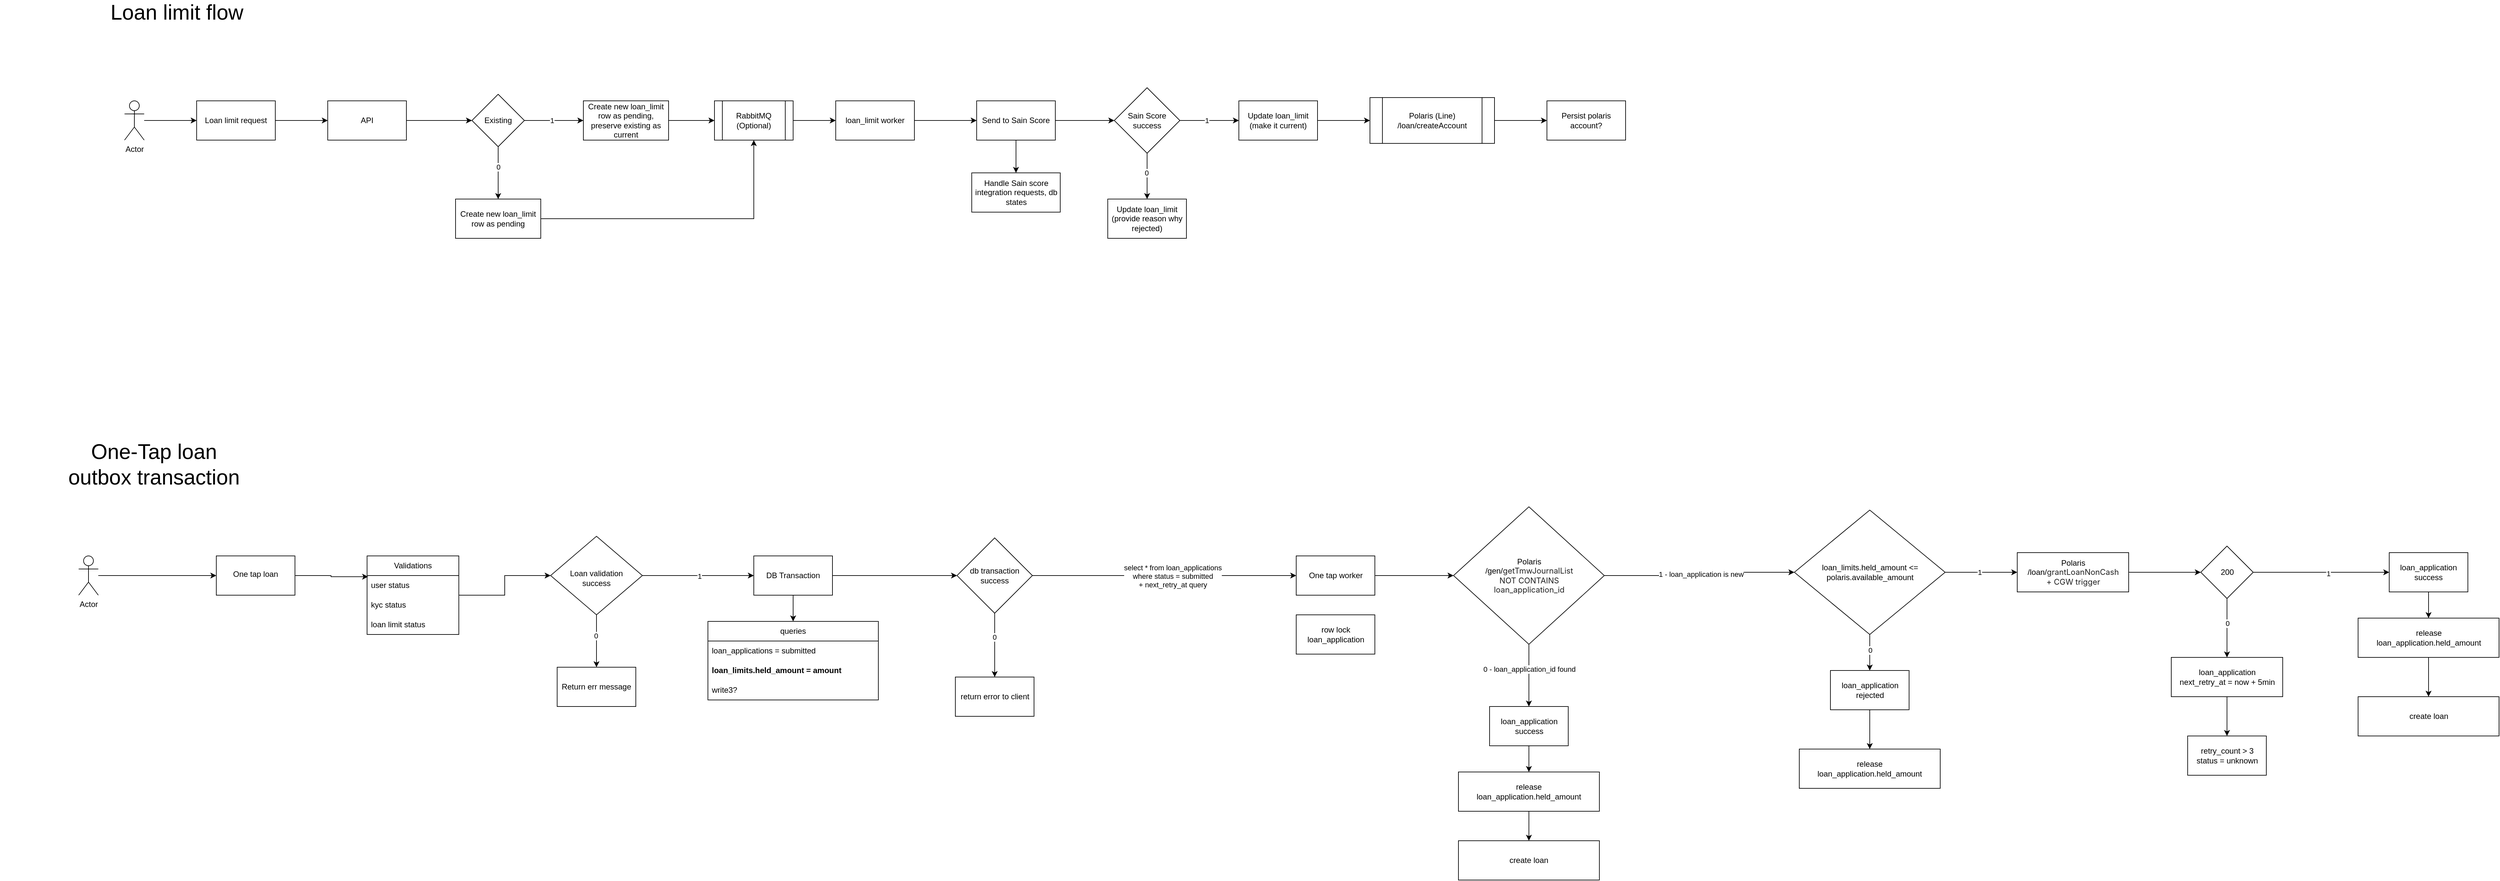
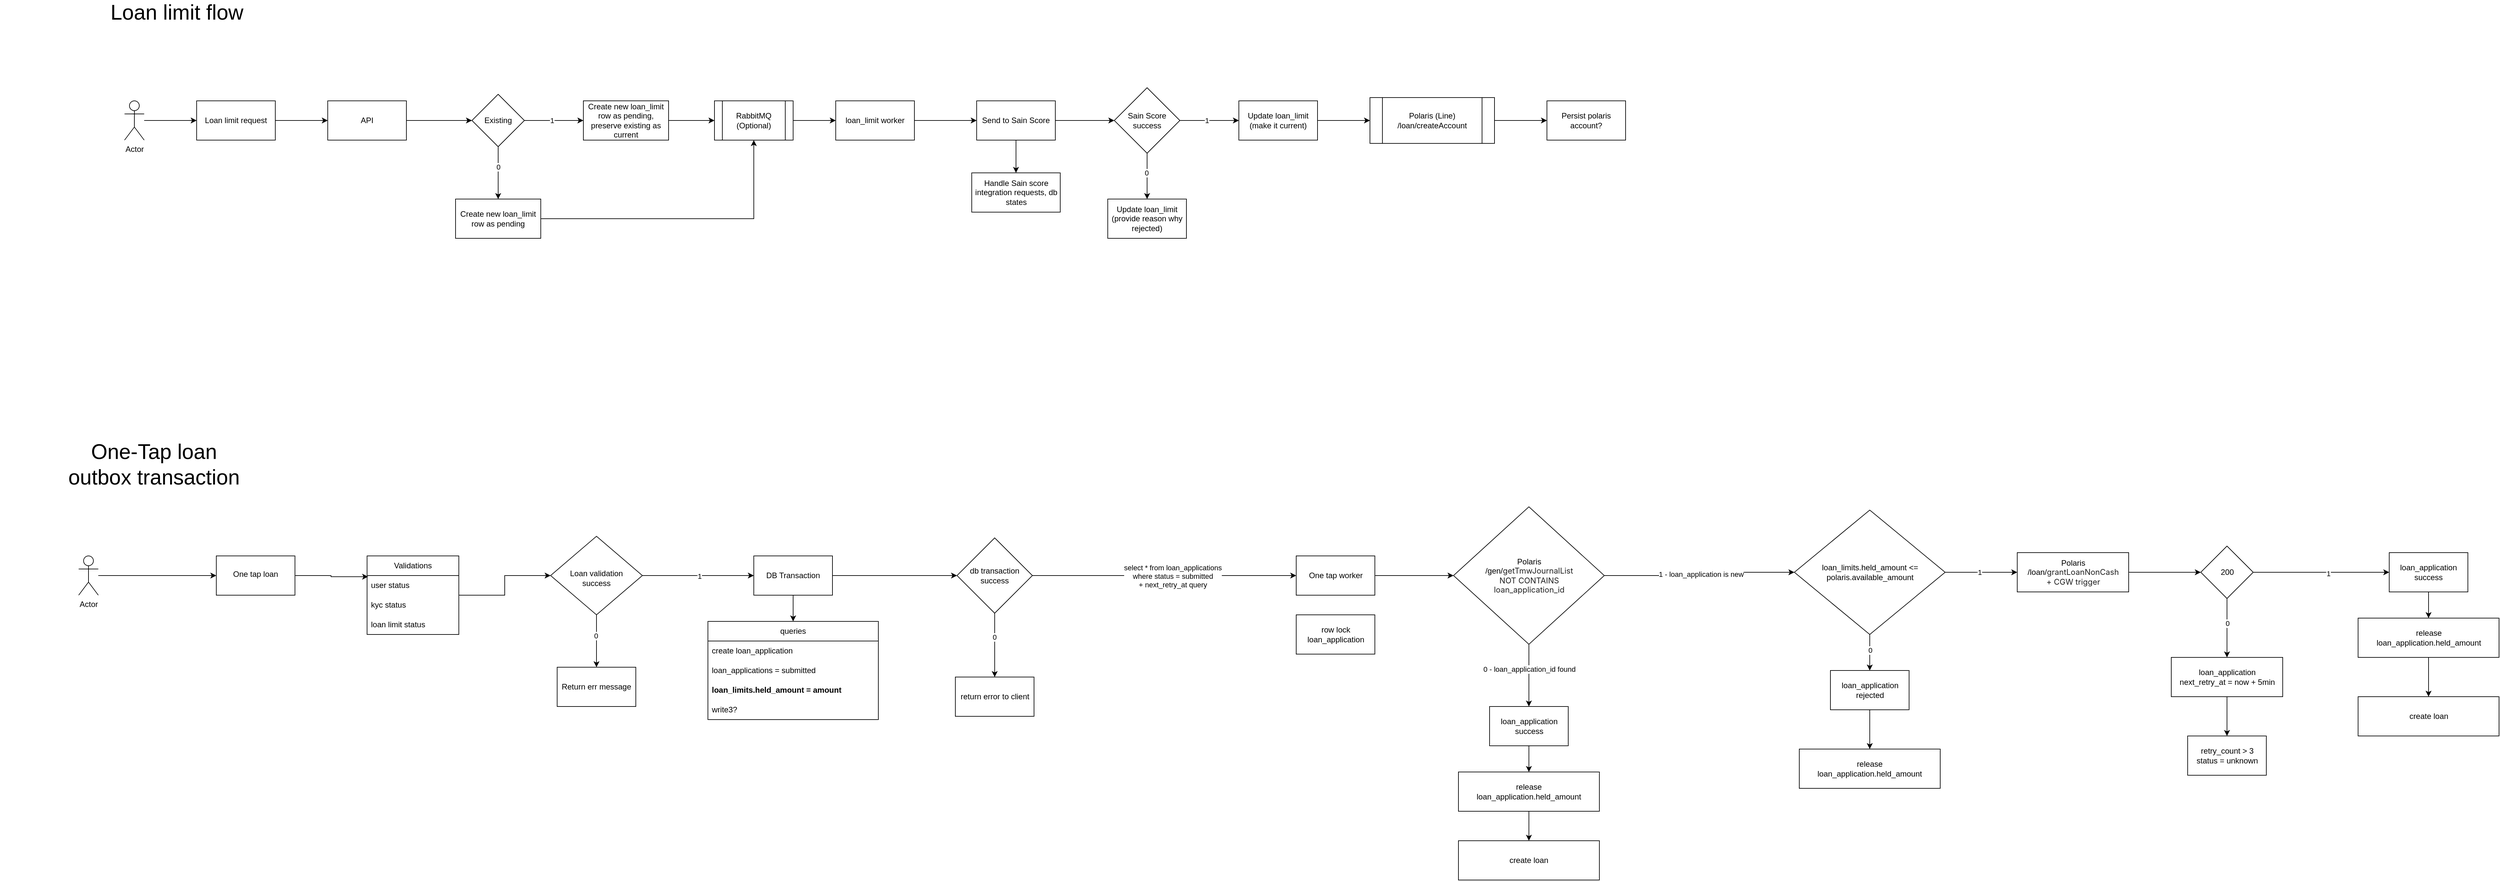
<mxfile host="app.diagrams.net">
  <diagram name="Page-1" id="VCBSuIh8bz7kurrQ0Zaz">
    <mxGraphModel dx="2338" dy="870" grid="1" gridSize="10" guides="1" tooltips="1" connect="1" arrows="1" fold="1" page="1" pageScale="1" pageWidth="850" pageHeight="1100" math="0" shadow="0">
      <root>
        <mxCell id="0" />
        <mxCell id="1" parent="0" />
        <mxCell id="KqixbsF9o6dLofBvsG9t-5" edge="1" parent="1" source="KqixbsF9o6dLofBvsG9t-1" style="edgeStyle=orthogonalEdgeStyle;rounded=0;orthogonalLoop=1;jettySize=auto;html=1;" target="KqixbsF9o6dLofBvsG9t-4" value="">
          <mxGeometry relative="1" as="geometry" />
        </mxCell>
        <mxCell id="KqixbsF9o6dLofBvsG9t-1" parent="1" style="rounded=0;whiteSpace=wrap;html=1;" value="Loan limit request" vertex="1">
          <mxGeometry height="60" width="120" x="150" y="210" as="geometry" />
        </mxCell>
        <mxCell id="KqixbsF9o6dLofBvsG9t-3" edge="1" parent="1" source="KqixbsF9o6dLofBvsG9t-2" style="edgeStyle=orthogonalEdgeStyle;rounded=0;orthogonalLoop=1;jettySize=auto;html=1;" target="KqixbsF9o6dLofBvsG9t-1" value="">
          <mxGeometry relative="1" as="geometry" />
        </mxCell>
        <mxCell id="KqixbsF9o6dLofBvsG9t-2" parent="1" style="shape=umlActor;verticalLabelPosition=bottom;verticalAlign=top;html=1;outlineConnect=0;" value="Actor" vertex="1">
          <mxGeometry height="60" width="30" x="40" y="210" as="geometry" />
        </mxCell>
        <mxCell id="KqixbsF9o6dLofBvsG9t-9" edge="1" parent="1" source="KqixbsF9o6dLofBvsG9t-4" style="edgeStyle=orthogonalEdgeStyle;rounded=0;orthogonalLoop=1;jettySize=auto;html=1;" target="KqixbsF9o6dLofBvsG9t-8" value="">
          <mxGeometry relative="1" as="geometry" />
        </mxCell>
        <mxCell id="KqixbsF9o6dLofBvsG9t-4" parent="1" style="rounded=0;whiteSpace=wrap;html=1;" value="API" vertex="1">
          <mxGeometry height="60" width="120" x="350" y="210" as="geometry" />
        </mxCell>
        <mxCell id="KqixbsF9o6dLofBvsG9t-11" edge="1" parent="1" source="KqixbsF9o6dLofBvsG9t-8" style="edgeStyle=orthogonalEdgeStyle;rounded=0;orthogonalLoop=1;jettySize=auto;html=1;" target="KqixbsF9o6dLofBvsG9t-10" value="">
          <mxGeometry relative="1" as="geometry" />
        </mxCell>
        <mxCell id="KqixbsF9o6dLofBvsG9t-12" connectable="0" parent="KqixbsF9o6dLofBvsG9t-11" style="edgeLabel;html=1;align=center;verticalAlign=middle;resizable=0;points=[];" value="1" vertex="1">
          <mxGeometry relative="1" x="-0.079" as="geometry">
            <mxPoint as="offset" />
          </mxGeometry>
        </mxCell>
        <mxCell id="KqixbsF9o6dLofBvsG9t-14" edge="1" parent="1" source="KqixbsF9o6dLofBvsG9t-8" style="edgeStyle=orthogonalEdgeStyle;rounded=0;orthogonalLoop=1;jettySize=auto;html=1;" target="KqixbsF9o6dLofBvsG9t-13" value="">
          <mxGeometry relative="1" as="geometry" />
        </mxCell>
        <mxCell id="KqixbsF9o6dLofBvsG9t-15" connectable="0" parent="KqixbsF9o6dLofBvsG9t-14" style="edgeLabel;html=1;align=center;verticalAlign=middle;resizable=0;points=[];" value="0" vertex="1">
          <mxGeometry relative="1" x="-0.2407" as="geometry">
            <mxPoint as="offset" />
          </mxGeometry>
        </mxCell>
        <mxCell id="KqixbsF9o6dLofBvsG9t-8" parent="1" style="rhombus;whiteSpace=wrap;html=1;rounded=0;" value="Existing" vertex="1">
          <mxGeometry height="80" width="80" x="570" y="200" as="geometry" />
        </mxCell>
        <mxCell id="KqixbsF9o6dLofBvsG9t-23" edge="1" parent="1" source="KqixbsF9o6dLofBvsG9t-10" style="edgeStyle=orthogonalEdgeStyle;rounded=0;orthogonalLoop=1;jettySize=auto;html=1;" target="KqixbsF9o6dLofBvsG9t-22" value="">
          <mxGeometry relative="1" as="geometry" />
        </mxCell>
        <mxCell id="KqixbsF9o6dLofBvsG9t-10" parent="1" style="whiteSpace=wrap;html=1;rounded=0;" value="Create new loan_limit row as pending, preserve existing as current" vertex="1">
          <mxGeometry height="60" width="130" x="740" y="210" as="geometry" />
        </mxCell>
        <mxCell id="KqixbsF9o6dLofBvsG9t-26" edge="1" parent="1" source="KqixbsF9o6dLofBvsG9t-13" style="edgeStyle=orthogonalEdgeStyle;rounded=0;orthogonalLoop=1;jettySize=auto;html=1;entryX=0.5;entryY=1;entryDx=0;entryDy=0;" target="KqixbsF9o6dLofBvsG9t-22">
          <mxGeometry relative="1" as="geometry" />
        </mxCell>
        <mxCell id="KqixbsF9o6dLofBvsG9t-13" parent="1" style="whiteSpace=wrap;html=1;rounded=0;" value="Create new loan_limit row as pending" vertex="1">
          <mxGeometry height="60" width="130" x="545" y="360" as="geometry" />
        </mxCell>
        <mxCell id="KqixbsF9o6dLofBvsG9t-25" edge="1" parent="1" source="KqixbsF9o6dLofBvsG9t-22" style="edgeStyle=orthogonalEdgeStyle;rounded=0;orthogonalLoop=1;jettySize=auto;html=1;" target="KqixbsF9o6dLofBvsG9t-24" value="">
          <mxGeometry relative="1" as="geometry" />
        </mxCell>
        <mxCell id="KqixbsF9o6dLofBvsG9t-22" parent="1" style="shape=process;whiteSpace=wrap;html=1;backgroundOutline=1;rounded=0;" value="RabbitMQ (Optional)" vertex="1">
          <mxGeometry height="60" width="120" x="940" y="210" as="geometry" />
        </mxCell>
        <mxCell id="KqixbsF9o6dLofBvsG9t-28" edge="1" parent="1" source="KqixbsF9o6dLofBvsG9t-24" style="edgeStyle=orthogonalEdgeStyle;rounded=0;orthogonalLoop=1;jettySize=auto;html=1;" target="KqixbsF9o6dLofBvsG9t-27" value="">
          <mxGeometry relative="1" as="geometry" />
        </mxCell>
        <mxCell id="KqixbsF9o6dLofBvsG9t-24" parent="1" style="whiteSpace=wrap;html=1;rounded=0;" value="loan_limit worker" vertex="1">
          <mxGeometry height="60" width="120" x="1125" y="210" as="geometry" />
        </mxCell>
        <mxCell id="KqixbsF9o6dLofBvsG9t-30" edge="1" parent="1" source="KqixbsF9o6dLofBvsG9t-27" style="edgeStyle=orthogonalEdgeStyle;rounded=0;orthogonalLoop=1;jettySize=auto;html=1;" target="KqixbsF9o6dLofBvsG9t-29" value="">
          <mxGeometry relative="1" as="geometry" />
        </mxCell>
        <mxCell id="KqixbsF9o6dLofBvsG9t-38" edge="1" parent="1" source="KqixbsF9o6dLofBvsG9t-27" style="edgeStyle=orthogonalEdgeStyle;rounded=0;orthogonalLoop=1;jettySize=auto;html=1;" target="KqixbsF9o6dLofBvsG9t-37" value="">
          <mxGeometry relative="1" as="geometry" />
        </mxCell>
        <mxCell id="KqixbsF9o6dLofBvsG9t-27" parent="1" style="whiteSpace=wrap;html=1;rounded=0;" value="Send to Sain Score" vertex="1">
          <mxGeometry height="60" width="120" x="1340" y="210" as="geometry" />
        </mxCell>
        <mxCell id="KqixbsF9o6dLofBvsG9t-32" edge="1" parent="1" source="KqixbsF9o6dLofBvsG9t-29" style="edgeStyle=orthogonalEdgeStyle;rounded=0;orthogonalLoop=1;jettySize=auto;html=1;" target="KqixbsF9o6dLofBvsG9t-31" value="">
          <mxGeometry relative="1" as="geometry" />
        </mxCell>
        <mxCell id="KqixbsF9o6dLofBvsG9t-33" connectable="0" parent="KqixbsF9o6dLofBvsG9t-32" style="edgeLabel;html=1;align=center;verticalAlign=middle;resizable=0;points=[];" value="1" vertex="1">
          <mxGeometry relative="1" x="-0.1048" as="geometry">
            <mxPoint as="offset" />
          </mxGeometry>
        </mxCell>
        <mxCell id="KqixbsF9o6dLofBvsG9t-35" edge="1" parent="1" source="KqixbsF9o6dLofBvsG9t-29" style="edgeStyle=orthogonalEdgeStyle;rounded=0;orthogonalLoop=1;jettySize=auto;html=1;" target="KqixbsF9o6dLofBvsG9t-34" value="">
          <mxGeometry relative="1" as="geometry" />
        </mxCell>
        <mxCell id="KqixbsF9o6dLofBvsG9t-36" connectable="0" parent="KqixbsF9o6dLofBvsG9t-35" style="edgeLabel;html=1;align=center;verticalAlign=middle;resizable=0;points=[];" value="0" vertex="1">
          <mxGeometry relative="1" x="-0.1429" y="-1" as="geometry">
            <mxPoint as="offset" />
          </mxGeometry>
        </mxCell>
        <mxCell id="KqixbsF9o6dLofBvsG9t-29" parent="1" style="rhombus;whiteSpace=wrap;html=1;rounded=0;" value="Sain Score success" vertex="1">
          <mxGeometry height="100" width="100" x="1550" y="190" as="geometry" />
        </mxCell>
        <mxCell id="KqixbsF9o6dLofBvsG9t-66" edge="1" parent="1" source="KqixbsF9o6dLofBvsG9t-31" style="edgeStyle=orthogonalEdgeStyle;rounded=0;orthogonalLoop=1;jettySize=auto;html=1;" target="KqixbsF9o6dLofBvsG9t-65" value="">
          <mxGeometry relative="1" as="geometry" />
        </mxCell>
        <mxCell id="KqixbsF9o6dLofBvsG9t-31" parent="1" style="whiteSpace=wrap;html=1;rounded=0;" value="Update loan_limit (make it current)" vertex="1">
          <mxGeometry height="60" width="120" x="1740" y="210" as="geometry" />
        </mxCell>
        <mxCell id="KqixbsF9o6dLofBvsG9t-34" parent="1" style="whiteSpace=wrap;html=1;rounded=0;" value="Update loan_limit&lt;br&gt;(provide reason why rejected)" vertex="1">
          <mxGeometry height="60" width="120" x="1540" y="360" as="geometry" />
        </mxCell>
        <mxCell id="KqixbsF9o6dLofBvsG9t-37" parent="1" style="whiteSpace=wrap;html=1;rounded=0;" value="Handle Sain score integration requests, db states" vertex="1">
          <mxGeometry height="60" width="135" x="1332.5" y="320" as="geometry" />
        </mxCell>
        <mxCell id="KqixbsF9o6dLofBvsG9t-40" parent="1" style="text;html=1;whiteSpace=wrap;strokeColor=none;fillColor=none;align=center;verticalAlign=middle;rounded=0;fontSize=32;" value="Loan limit flow" vertex="1">
          <mxGeometry height="30" width="260" x="-10" y="60" as="geometry" />
        </mxCell>
        <mxCell id="KqixbsF9o6dLofBvsG9t-74" edge="1" parent="1" source="KqixbsF9o6dLofBvsG9t-65" style="edgeStyle=orthogonalEdgeStyle;rounded=0;orthogonalLoop=1;jettySize=auto;html=1;" target="KqixbsF9o6dLofBvsG9t-73" value="">
          <mxGeometry relative="1" as="geometry" />
        </mxCell>
        <mxCell id="KqixbsF9o6dLofBvsG9t-65" parent="1" style="shape=process;whiteSpace=wrap;html=1;backgroundOutline=1;rounded=0;" value="Polaris (Line)&lt;br&gt;/loan/createAccount" vertex="1">
          <mxGeometry height="70" width="190" x="1940" y="205" as="geometry" />
        </mxCell>
        <mxCell id="KqixbsF9o6dLofBvsG9t-73" parent="1" style="whiteSpace=wrap;html=1;rounded=0;" value="Persist polaris account?" vertex="1">
          <mxGeometry height="60" width="120" x="2210" y="210" as="geometry" />
        </mxCell>
        <mxCell id="U8Ajh8Gpa-m2DNKNFQys-1" parent="1" style="text;html=1;whiteSpace=wrap;strokeColor=none;fillColor=none;align=center;verticalAlign=middle;rounded=0;fontSize=32;" value="One-Tap loan&lt;br&gt;outbox transaction" vertex="1">
          <mxGeometry height="30" width="470" x="-150" y="750" as="geometry" />
        </mxCell>
        <mxCell id="In8fDh9ZLN2M87an2Miy-1" edge="1" parent="1" source="In8fDh9ZLN2M87an2Miy-2" style="edgeStyle=orthogonalEdgeStyle;rounded=0;orthogonalLoop=1;jettySize=auto;html=1;" target="In8fDh9ZLN2M87an2Miy-4" value="">
          <mxGeometry relative="1" as="geometry" />
        </mxCell>
        <mxCell id="In8fDh9ZLN2M87an2Miy-2" parent="1" style="shape=umlActor;verticalLabelPosition=bottom;verticalAlign=top;html=1;outlineConnect=0;" value="Actor" vertex="1">
          <mxGeometry height="60" width="30" x="-30" y="905" as="geometry" />
        </mxCell>
        <mxCell id="In8fDh9ZLN2M87an2Miy-3" edge="1" parent="1" source="In8fDh9ZLN2M87an2Miy-4" style="edgeStyle=orthogonalEdgeStyle;rounded=0;orthogonalLoop=1;jettySize=auto;html=1;entryX=0.011;entryY=0.06;entryDx=0;entryDy=0;entryPerimeter=0;" target="In8fDh9ZLN2M87an2Miy-28" value="">
          <mxGeometry relative="1" as="geometry">
            <mxPoint x="390" y="935" as="targetPoint" />
          </mxGeometry>
        </mxCell>
        <mxCell id="In8fDh9ZLN2M87an2Miy-4" parent="1" style="whiteSpace=wrap;html=1;verticalAlign=top;" value="&lt;div&gt;&lt;br&gt;&lt;/div&gt;&lt;div&gt;One tap loan&lt;/div&gt;" vertex="1">
          <mxGeometry height="60" width="120" x="180" y="905" as="geometry" />
        </mxCell>
        <mxCell id="In8fDh9ZLN2M87an2Miy-5" edge="1" parent="1" source="In8fDh9ZLN2M87an2Miy-9" style="edgeStyle=orthogonalEdgeStyle;rounded=0;orthogonalLoop=1;jettySize=auto;html=1;" target="In8fDh9ZLN2M87an2Miy-12" value="">
          <mxGeometry relative="1" as="geometry" />
        </mxCell>
        <mxCell id="In8fDh9ZLN2M87an2Miy-6" connectable="0" parent="In8fDh9ZLN2M87an2Miy-5" style="edgeLabel;html=1;align=center;verticalAlign=middle;resizable=0;points=[];" value="1" vertex="1">
          <mxGeometry relative="1" x="0.0162" y="-1" as="geometry">
            <mxPoint as="offset" />
          </mxGeometry>
        </mxCell>
        <mxCell id="In8fDh9ZLN2M87an2Miy-7" edge="1" parent="1" source="In8fDh9ZLN2M87an2Miy-9" style="edgeStyle=orthogonalEdgeStyle;rounded=0;orthogonalLoop=1;jettySize=auto;html=1;" target="In8fDh9ZLN2M87an2Miy-13" value="">
          <mxGeometry relative="1" as="geometry" />
        </mxCell>
        <mxCell id="In8fDh9ZLN2M87an2Miy-8" connectable="0" parent="In8fDh9ZLN2M87an2Miy-7" style="edgeLabel;html=1;align=center;verticalAlign=middle;resizable=0;points=[];" value="0" vertex="1">
          <mxGeometry relative="1" x="-0.2091" y="-1" as="geometry">
            <mxPoint as="offset" />
          </mxGeometry>
        </mxCell>
        <mxCell id="In8fDh9ZLN2M87an2Miy-9" parent="1" style="rhombus;whiteSpace=wrap;html=1;verticalAlign=top;" value="&lt;br&gt;&lt;br&gt;&lt;div&gt;&lt;br&gt;&lt;/div&gt;&lt;div&gt;Loan validation&lt;br&gt;success&lt;/div&gt;" vertex="1">
          <mxGeometry height="120" width="140" x="690" y="875" as="geometry" />
        </mxCell>
        <mxCell id="In8fDh9ZLN2M87an2Miy-10" edge="1" parent="1" source="In8fDh9ZLN2M87an2Miy-12" style="edgeStyle=orthogonalEdgeStyle;rounded=0;orthogonalLoop=1;jettySize=auto;html=1;entryX=0.5;entryY=0;entryDx=0;entryDy=0;" target="In8fDh9ZLN2M87an2Miy-14">
          <mxGeometry relative="1" as="geometry" />
        </mxCell>
        <mxCell id="In8fDh9ZLN2M87an2Miy-54" edge="1" parent="1" source="In8fDh9ZLN2M87an2Miy-98" style="edgeStyle=orthogonalEdgeStyle;rounded=0;orthogonalLoop=1;jettySize=auto;html=1;exitX=1;exitY=0.5;exitDx=0;exitDy=0;" target="In8fDh9ZLN2M87an2Miy-53" value="">
          <mxGeometry relative="1" as="geometry">
            <mxPoint x="1370" y="935" as="sourcePoint" />
          </mxGeometry>
        </mxCell>
        <mxCell id="In8fDh9ZLN2M87an2Miy-55" connectable="0" parent="In8fDh9ZLN2M87an2Miy-54" style="edgeLabel;html=1;align=center;verticalAlign=middle;resizable=0;points=[];" value="select * from loan_applications&lt;br&gt;where status = submitted&lt;br&gt;+ next_retry_at query" vertex="1">
          <mxGeometry relative="1" x="0.0637" y="-1" as="geometry">
            <mxPoint as="offset" />
          </mxGeometry>
        </mxCell>
        <mxCell id="In8fDh9ZLN2M87an2Miy-99" edge="1" parent="1" source="In8fDh9ZLN2M87an2Miy-12" style="edgeStyle=orthogonalEdgeStyle;rounded=0;orthogonalLoop=1;jettySize=auto;html=1;" target="In8fDh9ZLN2M87an2Miy-98" value="">
          <mxGeometry relative="1" as="geometry" />
        </mxCell>
        <mxCell id="In8fDh9ZLN2M87an2Miy-12" parent="1" style="whiteSpace=wrap;html=1;verticalAlign=middle;" value="DB Transaction" vertex="1">
          <mxGeometry height="60" width="120" x="1000" y="905" as="geometry" />
        </mxCell>
        <mxCell id="In8fDh9ZLN2M87an2Miy-13" parent="1" style="whiteSpace=wrap;html=1;verticalAlign=middle;" value="Return err message" vertex="1">
          <mxGeometry height="60" width="120" x="700" y="1075" as="geometry" />
        </mxCell>
        <mxCell id="In8fDh9ZLN2M87an2Miy-14" parent="1" style="swimlane;fontStyle=0;childLayout=stackLayout;horizontal=1;startSize=30;horizontalStack=0;resizeParent=1;resizeParentMax=0;resizeLast=0;collapsible=1;marginBottom=0;whiteSpace=wrap;html=1;" value="queries" vertex="1">
-           <mxGeometry height="120" width="260" x="930" y="1005" as="geometry" />
-         </mxCell>
-         <mxCell id="In8fDh9ZLN2M87an2Miy-15" parent="In8fDh9ZLN2M87an2Miy-14" style="text;strokeColor=none;fillColor=none;align=left;verticalAlign=middle;spacingLeft=4;spacingRight=4;overflow=hidden;points=[[0,0.5],[1,0.5]];portConstraint=eastwest;rotatable=0;whiteSpace=wrap;html=1;" value="loan_applications = submitted" vertex="1">
+           <mxGeometry height="150" width="260" x="930" y="1005" as="geometry" />
+         </mxCell>
+         <mxCell id="In8fDh9ZLN2M87an2Miy-15" parent="In8fDh9ZLN2M87an2Miy-14" style="text;strokeColor=none;fillColor=none;align=left;verticalAlign=middle;spacingLeft=4;spacingRight=4;overflow=hidden;points=[[0,0.5],[1,0.5]];portConstraint=eastwest;rotatable=0;whiteSpace=wrap;html=1;" value="create loan_application" vertex="1">
          <mxGeometry height="30" width="260" y="30" as="geometry" />
        </mxCell>
+         <mxCell id="In8fDh9ZLN2M87an2Miy-104" parent="In8fDh9ZLN2M87an2Miy-14" style="text;strokeColor=none;fillColor=none;align=left;verticalAlign=middle;spacingLeft=4;spacingRight=4;overflow=hidden;points=[[0,0.5],[1,0.5]];portConstraint=eastwest;rotatable=0;whiteSpace=wrap;html=1;" value="loan_applications = submitted" vertex="1">
+           <mxGeometry height="30" width="260" y="60" as="geometry" />
+         </mxCell>
        <mxCell id="In8fDh9ZLN2M87an2Miy-16" parent="In8fDh9ZLN2M87an2Miy-14" style="text;strokeColor=none;fillColor=none;align=left;verticalAlign=middle;spacingLeft=4;spacingRight=4;overflow=hidden;points=[[0,0.5],[1,0.5]];portConstraint=eastwest;rotatable=0;whiteSpace=wrap;html=1;fontStyle=1" value="loan_limits.held_amount = amount" vertex="1">
-           <mxGeometry height="30" width="260" y="60" as="geometry" />
+           <mxGeometry height="30" width="260" y="90" as="geometry" />
        </mxCell>
        <mxCell id="In8fDh9ZLN2M87an2Miy-17" parent="In8fDh9ZLN2M87an2Miy-14" style="text;strokeColor=none;fillColor=none;align=left;verticalAlign=middle;spacingLeft=4;spacingRight=4;overflow=hidden;points=[[0,0.5],[1,0.5]];portConstraint=eastwest;rotatable=0;whiteSpace=wrap;html=1;" value="write3?" vertex="1">
-           <mxGeometry height="30" width="260" y="90" as="geometry" />
+           <mxGeometry height="30" width="260" y="120" as="geometry" />
        </mxCell>
        <mxCell id="In8fDh9ZLN2M87an2Miy-32" edge="1" parent="1" source="In8fDh9ZLN2M87an2Miy-27" style="edgeStyle=orthogonalEdgeStyle;rounded=0;orthogonalLoop=1;jettySize=auto;html=1;entryX=0;entryY=0.5;entryDx=0;entryDy=0;" target="In8fDh9ZLN2M87an2Miy-9">
          <mxGeometry relative="1" as="geometry" />
        </mxCell>
        <mxCell id="In8fDh9ZLN2M87an2Miy-27" parent="1" style="swimlane;fontStyle=0;childLayout=stackLayout;horizontal=1;startSize=30;horizontalStack=0;resizeParent=1;resizeParentMax=0;resizeLast=0;collapsible=1;marginBottom=0;whiteSpace=wrap;html=1;" value="Validations" vertex="1">
          <mxGeometry height="120" width="140" x="410" y="905" as="geometry" />
        </mxCell>
        <mxCell id="In8fDh9ZLN2M87an2Miy-28" parent="In8fDh9ZLN2M87an2Miy-27" style="text;strokeColor=none;fillColor=none;align=left;verticalAlign=middle;spacingLeft=4;spacingRight=4;overflow=hidden;points=[[0,0.5],[1,0.5]];portConstraint=eastwest;rotatable=0;whiteSpace=wrap;html=1;" value="user status" vertex="1">
          <mxGeometry height="30" width="140" y="30" as="geometry" />
        </mxCell>
        <mxCell id="In8fDh9ZLN2M87an2Miy-29" parent="In8fDh9ZLN2M87an2Miy-27" style="text;strokeColor=none;fillColor=none;align=left;verticalAlign=middle;spacingLeft=4;spacingRight=4;overflow=hidden;points=[[0,0.5],[1,0.5]];portConstraint=eastwest;rotatable=0;whiteSpace=wrap;html=1;" value="kyc status" vertex="1">
          <mxGeometry height="30" width="140" y="60" as="geometry" />
        </mxCell>
        <mxCell id="In8fDh9ZLN2M87an2Miy-33" parent="In8fDh9ZLN2M87an2Miy-27" style="text;strokeColor=none;fillColor=none;align=left;verticalAlign=middle;spacingLeft=4;spacingRight=4;overflow=hidden;points=[[0,0.5],[1,0.5]];portConstraint=eastwest;rotatable=0;whiteSpace=wrap;html=1;" value="loan limit status" vertex="1">
          <mxGeometry height="30" width="140" y="90" as="geometry" />
        </mxCell>
        <mxCell id="In8fDh9ZLN2M87an2Miy-70" edge="1" parent="1" source="In8fDh9ZLN2M87an2Miy-53" style="edgeStyle=orthogonalEdgeStyle;rounded=0;orthogonalLoop=1;jettySize=auto;html=1;entryX=0;entryY=0.5;entryDx=0;entryDy=0;" target="In8fDh9ZLN2M87an2Miy-69">
          <mxGeometry relative="1" as="geometry" />
        </mxCell>
        <mxCell id="In8fDh9ZLN2M87an2Miy-53" parent="1" style="whiteSpace=wrap;html=1;" value="One tap worker" vertex="1">
          <mxGeometry height="60" width="120" x="1827.5" y="905" as="geometry" />
        </mxCell>
        <mxCell id="In8fDh9ZLN2M87an2Miy-67" edge="1" parent="1" source="In8fDh9ZLN2M87an2Miy-58" style="edgeStyle=orthogonalEdgeStyle;rounded=0;orthogonalLoop=1;jettySize=auto;html=1;entryX=0;entryY=0.5;entryDx=0;entryDy=0;" target="In8fDh9ZLN2M87an2Miy-66" value="">
          <mxGeometry relative="1" as="geometry">
            <mxPoint x="3222.5" y="930" as="targetPoint" />
          </mxGeometry>
        </mxCell>
        <mxCell id="In8fDh9ZLN2M87an2Miy-58" parent="1" style="whiteSpace=wrap;html=1;" value="Polaris /loan/&lt;span style=&quot;color: rgb(33, 33, 33); font-family: Inter, system-ui, -apple-system, &amp;quot;system-ui&amp;quot;, &amp;quot;Segoe UI&amp;quot;, Roboto, Oxygen, Ubuntu, Cantarell, &amp;quot;Fira Sans&amp;quot;, &amp;quot;Droid Sans&amp;quot;, Helvetica, Arial, sans-serif; text-align: left; white-space: pre-wrap; background-color: rgb(255, 255, 255);&quot;&gt;grantLoanNonCash&lt;br/&gt;+ CGW trigger&lt;/span&gt;" vertex="1">
          <mxGeometry height="60" width="170" x="2927.5" y="900" as="geometry" />
        </mxCell>
        <mxCell id="In8fDh9ZLN2M87an2Miy-62" edge="1" parent="1" source="In8fDh9ZLN2M87an2Miy-59" style="edgeStyle=orthogonalEdgeStyle;rounded=0;orthogonalLoop=1;jettySize=auto;html=1;" target="In8fDh9ZLN2M87an2Miy-61" value="">
          <mxGeometry relative="1" as="geometry" />
        </mxCell>
        <mxCell id="In8fDh9ZLN2M87an2Miy-91" connectable="0" parent="In8fDh9ZLN2M87an2Miy-62" style="edgeLabel;html=1;align=center;verticalAlign=middle;resizable=0;points=[];" value="0" vertex="1">
          <mxGeometry relative="1" x="-0.1431" as="geometry">
            <mxPoint as="offset" />
          </mxGeometry>
        </mxCell>
        <mxCell id="In8fDh9ZLN2M87an2Miy-65" edge="1" parent="1" source="In8fDh9ZLN2M87an2Miy-59" style="edgeStyle=orthogonalEdgeStyle;rounded=0;orthogonalLoop=1;jettySize=auto;html=1;" target="In8fDh9ZLN2M87an2Miy-58">
          <mxGeometry relative="1" as="geometry" />
        </mxCell>
        <mxCell id="In8fDh9ZLN2M87an2Miy-90" connectable="0" parent="In8fDh9ZLN2M87an2Miy-65" style="edgeLabel;html=1;align=center;verticalAlign=middle;resizable=0;points=[];" value="1" vertex="1">
          <mxGeometry relative="1" x="-0.0451" as="geometry">
            <mxPoint as="offset" />
          </mxGeometry>
        </mxCell>
        <mxCell id="In8fDh9ZLN2M87an2Miy-59" parent="1" style="rhombus;whiteSpace=wrap;html=1;" value="loan_limits.held_amount &amp;lt;= polaris.available_amount" vertex="1">
          <mxGeometry height="190" width="230" x="2587.5" y="835" as="geometry" />
        </mxCell>
        <mxCell id="In8fDh9ZLN2M87an2Miy-64" edge="1" parent="1" source="In8fDh9ZLN2M87an2Miy-61" style="edgeStyle=orthogonalEdgeStyle;rounded=0;orthogonalLoop=1;jettySize=auto;html=1;" target="In8fDh9ZLN2M87an2Miy-63" value="">
          <mxGeometry relative="1" as="geometry" />
        </mxCell>
        <mxCell id="In8fDh9ZLN2M87an2Miy-61" parent="1" style="whiteSpace=wrap;html=1;" value="loan_application&lt;br&gt;rejected" vertex="1">
          <mxGeometry height="60" width="120" x="2642.5" y="1080" as="geometry" />
        </mxCell>
        <mxCell id="In8fDh9ZLN2M87an2Miy-63" parent="1" style="whiteSpace=wrap;html=1;" value="release &lt;br&gt;loan_application.held_amount" vertex="1">
          <mxGeometry height="60" width="215" x="2595" y="1200" as="geometry" />
        </mxCell>
        <mxCell id="In8fDh9ZLN2M87an2Miy-81" edge="1" parent="1" source="In8fDh9ZLN2M87an2Miy-66" style="edgeStyle=orthogonalEdgeStyle;rounded=0;orthogonalLoop=1;jettySize=auto;html=1;entryX=0;entryY=0.5;entryDx=0;entryDy=0;" target="In8fDh9ZLN2M87an2Miy-79">
          <mxGeometry relative="1" as="geometry" />
        </mxCell>
        <mxCell id="In8fDh9ZLN2M87an2Miy-92" connectable="0" parent="In8fDh9ZLN2M87an2Miy-81" style="edgeLabel;html=1;align=center;verticalAlign=middle;resizable=0;points=[];" value="1" vertex="1">
          <mxGeometry relative="1" x="0.1055" y="-2" as="geometry">
            <mxPoint as="offset" />
          </mxGeometry>
        </mxCell>
        <mxCell id="In8fDh9ZLN2M87an2Miy-83" edge="1" parent="1" source="In8fDh9ZLN2M87an2Miy-66" style="edgeStyle=orthogonalEdgeStyle;rounded=0;orthogonalLoop=1;jettySize=auto;html=1;" target="In8fDh9ZLN2M87an2Miy-82" value="">
          <mxGeometry relative="1" as="geometry" />
        </mxCell>
        <mxCell id="In8fDh9ZLN2M87an2Miy-93" connectable="0" parent="In8fDh9ZLN2M87an2Miy-83" style="edgeLabel;html=1;align=center;verticalAlign=middle;resizable=0;points=[];" value="0" vertex="1">
          <mxGeometry relative="1" x="-0.1623" as="geometry">
            <mxPoint as="offset" />
          </mxGeometry>
        </mxCell>
        <mxCell id="In8fDh9ZLN2M87an2Miy-66" parent="1" style="rhombus;whiteSpace=wrap;html=1;" value="200" vertex="1">
          <mxGeometry height="80" width="80" x="3207.5" y="890" as="geometry" />
        </mxCell>
        <mxCell id="In8fDh9ZLN2M87an2Miy-68" parent="1" style="whiteSpace=wrap;html=1;" value="row lock&lt;br&gt;loan_application" vertex="1">
          <mxGeometry height="60" width="120" x="1827.5" y="995" as="geometry" />
        </mxCell>
        <mxCell id="In8fDh9ZLN2M87an2Miy-71" edge="1" parent="1" source="In8fDh9ZLN2M87an2Miy-69" style="edgeStyle=orthogonalEdgeStyle;rounded=0;orthogonalLoop=1;jettySize=auto;html=1;entryX=0;entryY=0.5;entryDx=0;entryDy=0;" target="In8fDh9ZLN2M87an2Miy-59">
          <mxGeometry relative="1" as="geometry" />
        </mxCell>
        <mxCell id="In8fDh9ZLN2M87an2Miy-77" connectable="0" parent="In8fDh9ZLN2M87an2Miy-71" style="edgeLabel;html=1;align=center;verticalAlign=middle;resizable=0;points=[];" value="1 - loan_application is new" vertex="1">
          <mxGeometry relative="1" x="0.0312" y="-3" as="geometry">
            <mxPoint as="offset" />
          </mxGeometry>
        </mxCell>
        <mxCell id="In8fDh9ZLN2M87an2Miy-73" edge="1" parent="1" source="In8fDh9ZLN2M87an2Miy-69" style="edgeStyle=orthogonalEdgeStyle;rounded=0;orthogonalLoop=1;jettySize=auto;html=1;" target="In8fDh9ZLN2M87an2Miy-72" value="">
          <mxGeometry relative="1" as="geometry" />
        </mxCell>
        <mxCell id="In8fDh9ZLN2M87an2Miy-74" connectable="0" parent="In8fDh9ZLN2M87an2Miy-73" style="edgeLabel;html=1;align=center;verticalAlign=middle;resizable=0;points=[];" value="0 - loan_application_id found" vertex="1">
          <mxGeometry relative="1" x="-0.1975" as="geometry">
            <mxPoint as="offset" />
          </mxGeometry>
        </mxCell>
        <mxCell id="In8fDh9ZLN2M87an2Miy-69" parent="1" style="rhombus;whiteSpace=wrap;html=1;" value="Polaris&lt;br&gt;/gen/&lt;span style=&quot;white-space: pre-wrap; color: rgb(33, 33, 33); font-family: Inter, system-ui, -apple-system, &amp;quot;system-ui&amp;quot;, &amp;quot;Segoe UI&amp;quot;, Roboto, Oxygen, Ubuntu, Cantarell, &amp;quot;Fira Sans&amp;quot;, &amp;quot;Droid Sans&amp;quot;, Helvetica, Arial, sans-serif; text-align: left; background-color: rgb(255, 255, 255);&quot;&gt;getTmwJournalList&lt;br&gt;NOT CONTAINS&lt;br&gt;loan_application_id&lt;/span&gt;" vertex="1">
          <mxGeometry height="210" width="230" x="2067.5" y="830" as="geometry" />
        </mxCell>
        <mxCell id="In8fDh9ZLN2M87an2Miy-76" edge="1" parent="1" source="In8fDh9ZLN2M87an2Miy-72" style="edgeStyle=orthogonalEdgeStyle;rounded=0;orthogonalLoop=1;jettySize=auto;html=1;" target="In8fDh9ZLN2M87an2Miy-75" value="">
          <mxGeometry relative="1" as="geometry" />
        </mxCell>
        <mxCell id="In8fDh9ZLN2M87an2Miy-72" parent="1" style="whiteSpace=wrap;html=1;" value="loan_application&lt;br&gt;success" vertex="1">
          <mxGeometry height="60" width="120" x="2122.5" y="1135" as="geometry" />
        </mxCell>
        <mxCell id="In8fDh9ZLN2M87an2Miy-85" edge="1" parent="1" source="In8fDh9ZLN2M87an2Miy-75" style="edgeStyle=orthogonalEdgeStyle;rounded=0;orthogonalLoop=1;jettySize=auto;html=1;" target="In8fDh9ZLN2M87an2Miy-84" value="">
          <mxGeometry relative="1" as="geometry" />
        </mxCell>
        <mxCell id="In8fDh9ZLN2M87an2Miy-75" parent="1" style="whiteSpace=wrap;html=1;" value="release &lt;br&gt;loan_application.held_amount" vertex="1">
          <mxGeometry height="60" width="215" x="2075" y="1235" as="geometry" />
        </mxCell>
        <mxCell id="In8fDh9ZLN2M87an2Miy-78" edge="1" parent="1" source="In8fDh9ZLN2M87an2Miy-79" style="edgeStyle=orthogonalEdgeStyle;rounded=0;orthogonalLoop=1;jettySize=auto;html=1;" target="In8fDh9ZLN2M87an2Miy-80" value="">
          <mxGeometry relative="1" as="geometry" />
        </mxCell>
        <mxCell id="In8fDh9ZLN2M87an2Miy-79" parent="1" style="whiteSpace=wrap;html=1;" value="loan_application&lt;br&gt;success" vertex="1">
          <mxGeometry height="60" width="120" x="3495" y="900" as="geometry" />
        </mxCell>
        <mxCell id="In8fDh9ZLN2M87an2Miy-89" edge="1" parent="1" source="In8fDh9ZLN2M87an2Miy-80" style="edgeStyle=orthogonalEdgeStyle;rounded=0;orthogonalLoop=1;jettySize=auto;html=1;" target="In8fDh9ZLN2M87an2Miy-88" value="">
          <mxGeometry relative="1" as="geometry" />
        </mxCell>
        <mxCell id="In8fDh9ZLN2M87an2Miy-80" parent="1" style="whiteSpace=wrap;html=1;" value="release &lt;br&gt;loan_application.held_amount" vertex="1">
          <mxGeometry height="60" width="215" x="3447.5" y="1000" as="geometry" />
        </mxCell>
        <mxCell id="In8fDh9ZLN2M87an2Miy-95" edge="1" parent="1" source="In8fDh9ZLN2M87an2Miy-82" style="edgeStyle=orthogonalEdgeStyle;rounded=0;orthogonalLoop=1;jettySize=auto;html=1;" target="In8fDh9ZLN2M87an2Miy-94" value="">
          <mxGeometry relative="1" as="geometry" />
        </mxCell>
        <mxCell id="In8fDh9ZLN2M87an2Miy-82" parent="1" style="whiteSpace=wrap;html=1;" value="loan_application&lt;br&gt;next_retry_at = now + 5min" vertex="1">
          <mxGeometry height="60" width="170" x="3162.5" y="1060" as="geometry" />
        </mxCell>
        <mxCell id="In8fDh9ZLN2M87an2Miy-84" parent="1" style="whiteSpace=wrap;html=1;" value="create loan" vertex="1">
          <mxGeometry height="60" width="215" x="2075" y="1340" as="geometry" />
        </mxCell>
        <mxCell id="In8fDh9ZLN2M87an2Miy-88" parent="1" style="whiteSpace=wrap;html=1;" value="create loan" vertex="1">
          <mxGeometry height="60" width="215" x="3447.5" y="1120" as="geometry" />
        </mxCell>
        <mxCell id="In8fDh9ZLN2M87an2Miy-94" parent="1" style="whiteSpace=wrap;html=1;" value="retry_count &amp;gt; 3&lt;br&gt;status = unknown" vertex="1">
          <mxGeometry height="60" width="120" x="3187.5" y="1180" as="geometry" />
        </mxCell>
        <mxCell id="In8fDh9ZLN2M87an2Miy-101" edge="1" parent="1" source="In8fDh9ZLN2M87an2Miy-98" style="edgeStyle=orthogonalEdgeStyle;rounded=0;orthogonalLoop=1;jettySize=auto;html=1;" target="In8fDh9ZLN2M87an2Miy-100" value="">
          <mxGeometry relative="1" as="geometry" />
        </mxCell>
        <mxCell id="In8fDh9ZLN2M87an2Miy-103" connectable="0" parent="In8fDh9ZLN2M87an2Miy-101" style="edgeLabel;html=1;align=center;verticalAlign=middle;resizable=0;points=[];" value="0" vertex="1">
          <mxGeometry relative="1" x="-0.2536" y="-1" as="geometry">
            <mxPoint as="offset" />
          </mxGeometry>
        </mxCell>
        <mxCell id="In8fDh9ZLN2M87an2Miy-98" parent="1" style="rhombus;whiteSpace=wrap;html=1;" value="db transaction success" vertex="1">
          <mxGeometry height="115" width="115" x="1310" y="877.5" as="geometry" />
        </mxCell>
        <mxCell id="In8fDh9ZLN2M87an2Miy-100" parent="1" style="whiteSpace=wrap;html=1;" value="return error to client" vertex="1">
          <mxGeometry height="60" width="120" x="1307.5" y="1090" as="geometry" />
        </mxCell>
      </root>
    </mxGraphModel>
  </diagram>
</mxfile>
